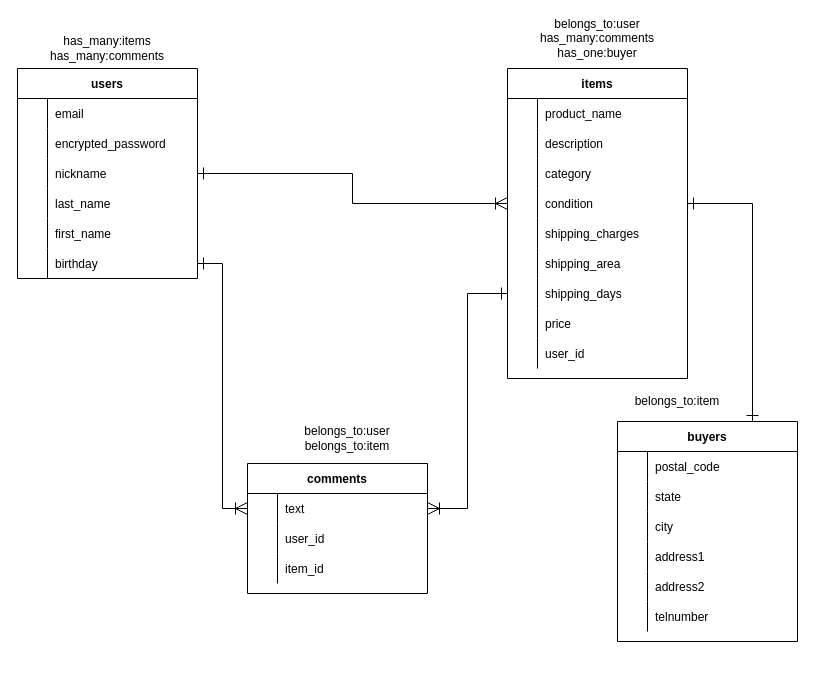
The draw.io diagram ER.dio in szakisip/furima-36336, before the edit. Source tidied: cells renumbered, new cells numbered last; positions are measured from the earlier drawing's top-left corner, leaving out a move shared by most shapes. Both pictures are drawn from the tidied source at 100%, with x=0, y=0 at pixel (17, 18).
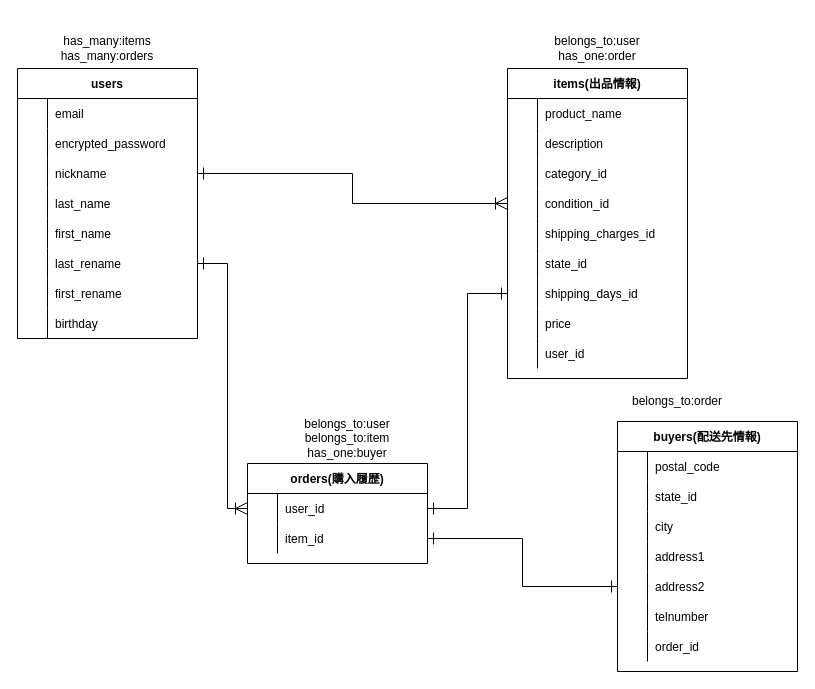
The same diagram, later.

Commit message (it also covers changes not shown here):
データベース設計修正①

Unchanged cells that the change refers to:
```xml
<mxCell id="18" style="shape=partialRectangle;fillColor=none;top=0;left=0;bottom=0;right=0;points=[[0,0.5],[1,0.5]];portConstraint=eastwest;" parent="2" vertex="1">
  <mxGeometry y="180" width="180" height="30" as="geometry" />
</mxCell>
<mxCell id="28" style="shape=partialRectangle;fillColor=none;top=0;left=0;bottom=0;right=0;" parent="21" vertex="1">
  <mxGeometry y="90" width="180" height="30" as="geometry" />
</mxCell>
<mxCell id="31" style="shape=partialRectangle;fillColor=none;top=0;left=0;bottom=0;right=0;points=[[0,0.5],[1,0.5]];portConstraint=eastwest;" parent="21" vertex="1">
  <mxGeometry y="120" width="180" height="30" as="geometry" />
</mxCell>
<mxCell id="34" style="shape=partialRectangle;fillColor=none;top=0;left=0;bottom=0;right=0;" parent="21" vertex="1">
  <mxGeometry y="150" width="180" height="30" as="geometry" />
</mxCell>
<mxCell id="37" style="shape=partialRectangle;fillColor=none;top=0;left=0;bottom=0;right=0;" parent="21" vertex="1">
  <mxGeometry y="180" width="180" height="30" as="geometry" />
</mxCell>
<mxCell id="40" style="shape=partialRectangle;fillColor=none;top=0;left=0;bottom=0;right=0;points=[[0,0.5],[1,0.5]];portConstraint=eastwest;" parent="21" vertex="1">
  <mxGeometry y="210" width="180" height="30" as="geometry" />
</mxCell>
<mxCell id="63" style="shape=partialRectangle;fillColor=none;top=0;left=0;bottom=0;right=0;" parent="59" vertex="1">
  <mxGeometry y="60" width="180" height="30" as="geometry" />
</mxCell>
<mxCell id="72" style="shape=partialRectangle;fillColor=none;top=0;left=0;bottom=0;right=0;points=[[0,0.5],[1,0.5]];portConstraint=eastwest;" parent="59" vertex="1">
  <mxGeometry y="150" width="180" height="30" as="geometry" />
</mxCell>
```

The edit, as a diff of the source:
```diff
@@
     <mxCell id="2" value="users" style="shape=table;startSize=30;childLayout=tableLayout;rowLines=0;fontStyle=1;align=center;" parent="1" vertex="1">
-      <mxGeometry y="50" width="180" height="210" as="geometry" />
+      <mxGeometry y="50" width="180" height="270" as="geometry" />
     </mxCell>
@@
-    <mxCell id="20" value="birthday" style="shape=partialRectangle;fillColor=none;top=0;left=0;bottom=0;right=0;align=left;spacingLeft=6;overflow=hidden;" parent="18" vertex="1">
+    <mxCell id="20" value="last_rename" style="shape=partialRectangle;fillColor=none;top=0;left=0;bottom=0;right=0;align=left;spacingLeft=6;overflow=hidden;" parent="18" vertex="1">
       <mxGeometry x="30" width="150" height="30" as="geometry" />
     </mxCell>
+    <mxCell id="86" style="shape=partialRectangle;fillColor=none;top=0;left=0;bottom=0;right=0;" parent="2" vertex="1">
+      <mxGeometry y="210" width="180" height="30" as="geometry" />
+    </mxCell>
+    <mxCell id="87" style="shape=partialRectangle;fillColor=none;top=0;left=0;bottom=0;right=0;overflow=hidden;" parent="86" vertex="1">
+      <mxGeometry width="30" height="30" as="geometry" />
+    </mxCell>
+    <mxCell id="88" value="first_rename" style="shape=partialRectangle;fillColor=none;top=0;left=0;bottom=0;right=0;align=left;spacingLeft=6;overflow=hidden;" parent="86" vertex="1">
+      <mxGeometry x="30" width="150" height="30" as="geometry" />
+    </mxCell>
+    <mxCell id="89" style="shape=partialRectangle;fillColor=none;top=0;left=0;bottom=0;right=0;" parent="2" vertex="1">
+      <mxGeometry y="240" width="180" height="30" as="geometry" />
+    </mxCell>
+    <mxCell id="90" style="shape=partialRectangle;fillColor=none;top=0;left=0;bottom=0;right=0;overflow=hidden;" parent="89" vertex="1">
+      <mxGeometry width="30" height="30" as="geometry" />
+    </mxCell>
+    <mxCell id="91" value="birthday" style="shape=partialRectangle;fillColor=none;top=0;left=0;bottom=0;right=0;align=left;spacingLeft=6;overflow=hidden;" parent="89" vertex="1">
+      <mxGeometry x="30" width="150" height="30" as="geometry" />
+    </mxCell>
-    <mxCell id="21" value="items" style="shape=table;startSize=30;childLayout=tableLayout;rowLines=0;fontStyle=1;align=center;" parent="1" vertex="1">
+    <mxCell id="21" value="items(出品情報)" style="shape=table;startSize=30;childLayout=tableLayout;rowLines=0;fontStyle=1;align=center;" parent="1" vertex="1">
       <mxGeometry x="490" y="50" width="180" height="310" as="geometry" />
     </mxCell>
@@
-    <mxCell id="30" value="category" style="shape=partialRectangle;fillColor=none;top=0;left=0;bottom=0;right=0;align=left;spacingLeft=6;overflow=hidden;" parent="28" vertex="1">
+    <mxCell id="30" value="category_id" style="shape=partialRectangle;fillColor=none;top=0;left=0;bottom=0;right=0;align=left;spacingLeft=6;overflow=hidden;" parent="28" vertex="1">
       <mxGeometry x="30" width="150" height="30" as="geometry" />
     </mxCell>
@@
-    <mxCell id="33" value="condition" style="shape=partialRectangle;fillColor=none;top=0;left=0;bottom=0;right=0;align=left;spacingLeft=6;overflow=hidden;" parent="31" vertex="1">
+    <mxCell id="33" value="condition_id" style="shape=partialRectangle;fillColor=none;top=0;left=0;bottom=0;right=0;align=left;spacingLeft=6;overflow=hidden;" parent="31" vertex="1">
       <mxGeometry x="30" width="150" height="30" as="geometry" />
     </mxCell>
@@
-    <mxCell id="36" value="shipping_charges" style="shape=partialRectangle;fillColor=none;top=0;left=0;bottom=0;right=0;align=left;spacingLeft=6;overflow=hidden;" parent="34" vertex="1">
+    <mxCell id="36" value="shipping_charges_id" style="shape=partialRectangle;fillColor=none;top=0;left=0;bottom=0;right=0;align=left;spacingLeft=6;overflow=hidden;" parent="34" vertex="1">
       <mxGeometry x="30" width="150" height="30" as="geometry" />
     </mxCell>
@@
-    <mxCell id="39" value="shipping_area" style="shape=partialRectangle;fillColor=none;top=0;left=0;bottom=0;right=0;align=left;spacingLeft=6;overflow=hidden;" parent="37" vertex="1">
+    <mxCell id="39" value="state_id" style="shape=partialRectangle;fillColor=none;top=0;left=0;bottom=0;right=0;align=left;spacingLeft=6;overflow=hidden;" parent="37" vertex="1">
       <mxGeometry x="30" width="150" height="30" as="geometry" />
     </mxCell>
@@
-    <mxCell id="42" value="shipping_days" style="shape=partialRectangle;fillColor=none;top=0;left=0;bottom=0;right=0;align=left;spacingLeft=6;overflow=hidden;" parent="40" vertex="1">
+    <mxCell id="42" value="shipping_days_id" style="shape=partialRectangle;fillColor=none;top=0;left=0;bottom=0;right=0;align=left;spacingLeft=6;overflow=hidden;" parent="40" vertex="1">
       <mxGeometry x="30" width="150" height="30" as="geometry" />
     </mxCell>
@@
-    <mxCell id="49" value="comments" style="shape=table;startSize=30;childLayout=tableLayout;rowLines=0;fontStyle=1;align=center;" parent="1" vertex="1">
-      <mxGeometry x="230" y="445" width="180" height="130" as="geometry" />
+    <mxCell id="49" value="orders(購入履歴)" style="shape=table;startSize=30;childLayout=tableLayout;rowLines=0;fontStyle=1;align=center;" parent="1" vertex="1">
+      <mxGeometry x="230" y="445" width="180" height="100" as="geometry" />
     </mxCell>
-    <mxCell id="50" style="shape=partialRectangle;fillColor=none;top=0;left=0;bottom=0;right=0;points=[[0,0.5],[1,0.5]];portConstraint=eastwest;" parent="49" vertex="1">
-      <mxGeometry y="30" width="180" height="30" as="geometry" />
-    </mxCell>
-    <mxCell id="51" style="shape=partialRectangle;fillColor=none;top=0;left=0;bottom=0;right=0;overflow=hidden;" parent="50" vertex="1">
-      <mxGeometry width="30" height="30" as="geometry" />
-    </mxCell>
-    <mxCell id="52" value="text" style="shape=partialRectangle;fillColor=none;top=0;left=0;bottom=0;right=0;align=left;spacingLeft=6;overflow=hidden;" parent="50" vertex="1">
-      <mxGeometry x="30" width="150" height="30" as="geometry" />
-    </mxCell>
     <mxCell id="53" style="shape=partialRectangle;fillColor=none;top=0;left=0;bottom=0;right=0;" parent="49" vertex="1">
-      <mxGeometry y="60" width="180" height="30" as="geometry" />
+      <mxGeometry y="30" width="180" height="30" as="geometry" />
     </mxCell>
@@
     <mxCell id="56" style="shape=partialRectangle;fillColor=none;top=0;left=0;bottom=0;right=0;points=[[0,0.5],[1,0.5]];portConstraint=eastwest;" parent="49" vertex="1">
-      <mxGeometry y="90" width="180" height="30" as="geometry" />
+      <mxGeometry y="60" width="180" height="30" as="geometry" />
     </mxCell>
@@
-    <mxCell id="59" value="buyers" style="shape=table;startSize=30;childLayout=tableLayout;rowLines=0;fontStyle=1;align=center;" parent="1" vertex="1">
-      <mxGeometry x="600" y="403" width="180" height="220" as="geometry" />
+    <mxCell id="59" value="buyers(配送先情報)" style="shape=table;startSize=30;childLayout=tableLayout;rowLines=0;fontStyle=1;align=center;" parent="1" vertex="1">
+      <mxGeometry x="600" y="403" width="180" height="250" as="geometry" />
     </mxCell>
@@
-    <mxCell id="65" value="state" style="shape=partialRectangle;fillColor=none;top=0;left=0;bottom=0;right=0;align=left;spacingLeft=6;overflow=hidden;" parent="63" vertex="1">
+    <mxCell id="65" value="state_id" style="shape=partialRectangle;fillColor=none;top=0;left=0;bottom=0;right=0;align=left;spacingLeft=6;overflow=hidden;" parent="63" vertex="1">
       <mxGeometry x="30" width="150" height="30" as="geometry" />
     </mxCell>
@@
+    <mxCell id="92" style="shape=partialRectangle;fillColor=none;top=0;left=0;bottom=0;right=0;" parent="59" vertex="1">
+      <mxGeometry y="210" width="180" height="30" as="geometry" />
+    </mxCell>
+    <mxCell id="93" style="shape=partialRectangle;fillColor=none;top=0;left=0;bottom=0;right=0;overflow=hidden;" parent="92" vertex="1">
+      <mxGeometry width="30" height="30" as="geometry" />
+    </mxCell>
+    <mxCell id="94" value="order_id" style="shape=partialRectangle;fillColor=none;top=0;left=0;bottom=0;right=0;align=left;spacingLeft=6;overflow=hidden;" parent="92" vertex="1">
+      <mxGeometry x="30" width="150" height="30" as="geometry" />
+    </mxCell>
-    <mxCell id="78" style="edgeStyle=orthogonalEdgeStyle;rounded=0;jettySize=auto;html=1;exitX=1;exitY=0.5;exitDx=0;exitDy=0;entryX=0;entryY=0.5;entryDx=0;entryDy=0;endArrow=ERoneToMany;endFill=0;startArrow=ERone;startFill=0;endSize=10;startSize=10;" parent="1" edge="1" source="18" target="50">
-      <mxGeometry relative="1" as="geometry" />
+    <mxCell id="78" style="edgeStyle=orthogonalEdgeStyle;rounded=0;jettySize=auto;html=1;exitX=1;exitY=0.5;exitDx=0;exitDy=0;entryX=0;entryY=0.5;entryDx=0;entryDy=0;endArrow=ERoneToMany;endFill=0;startArrow=ERone;startFill=0;endSize=10;startSize=10;" parent="1" edge="1" source="18">
+      <mxGeometry relative="1" as="geometry">
+        <mxPoint x="230" y="490" as="targetPoint" />
+        <Array as="points">
+          <mxPoint x="210" y="245" />
+          <mxPoint x="210" y="490" />
+        </Array>
+      </mxGeometry>
     </mxCell>
-    <mxCell id="79" style="edgeStyle=orthogonalEdgeStyle;rounded=0;jettySize=auto;html=1;entryX=1;entryY=0.5;entryDx=0;entryDy=0;endArrow=ERoneToMany;endFill=0;startArrow=ERone;startFill=0;endSize=10;startSize=10;" parent="1" edge="1" source="40" target="50">
-      <mxGeometry relative="1" as="geometry" />
+    <mxCell id="79" style="edgeStyle=orthogonalEdgeStyle;rounded=0;jettySize=auto;html=1;entryX=1;entryY=0.5;entryDx=0;entryDy=0;endArrow=ERone;endFill=0;startArrow=ERone;startFill=0;endSize=10;startSize=10;" parent="1" edge="1" source="40">
+      <mxGeometry relative="1" as="geometry">
+        <mxPoint x="410" y="490" as="targetPoint" />
+        <Array as="points">
+          <mxPoint x="450" y="275" />
+          <mxPoint x="450" y="490" />
+        </Array>
+      </mxGeometry>
     </mxCell>
@@
-    <mxCell id="81" style="edgeStyle=orthogonalEdgeStyle;rounded=0;jettySize=auto;html=1;exitX=1;exitY=0.5;exitDx=0;exitDy=0;entryX=0.75;entryY=0;entryDx=0;entryDy=0;endArrow=ERone;endFill=0;endSize=10;startSize=10;startArrow=ERone;startFill=0;" parent="1" edge="1" source="31" target="59">
-      <mxGeometry relative="1" as="geometry" />
-    </mxCell>
-    <mxCell id="82" value="has_many:items&lt;br&gt;has_many:comments" style="text;html=1;strokeColor=none;fillColor=none;align=center;verticalAlign=middle;whiteSpace=wrap;rounded=0;" parent="1" vertex="1">
+    <mxCell id="82" value="has_many:items&lt;br&gt;has_many:orders" style="text;html=1;strokeColor=none;fillColor=none;align=center;verticalAlign=middle;whiteSpace=wrap;rounded=0;" parent="1" vertex="1">
       <mxGeometry x="20" y="10" width="140" height="40" as="geometry" />
     </mxCell>
-    <mxCell id="83" value="belongs_to:user&lt;br&gt;has_many:comments&lt;br&gt;has_one:buyer" style="text;html=1;strokeColor=none;fillColor=none;align=center;verticalAlign=middle;whiteSpace=wrap;rounded=0;" parent="1" vertex="1">
-      <mxGeometry x="510" width="140" height="40" as="geometry" />
+    <mxCell id="83" value="belongs_to:user&lt;br&gt;has_one:order" style="text;html=1;strokeColor=none;fillColor=none;align=center;verticalAlign=middle;whiteSpace=wrap;rounded=0;" parent="1" vertex="1">
+      <mxGeometry x="510" y="10" width="140" height="40" as="geometry" />
     </mxCell>
-    <mxCell id="84" value="belongs_to:item" style="text;html=1;strokeColor=none;fillColor=none;align=center;verticalAlign=middle;whiteSpace=wrap;rounded=0;" parent="1" vertex="1">
+    <mxCell id="84" value="belongs_to:order" style="text;html=1;strokeColor=none;fillColor=none;align=center;verticalAlign=middle;whiteSpace=wrap;rounded=0;" parent="1" vertex="1">
       <mxGeometry x="590" y="363" width="140" height="40" as="geometry" />
     </mxCell>
-    <mxCell id="85" value="belongs_to:user&lt;br&gt;belongs_to:item" style="text;html=1;strokeColor=none;fillColor=none;align=center;verticalAlign=middle;whiteSpace=wrap;rounded=0;" parent="1" vertex="1">
+    <mxCell id="85" value="belongs_to:user&lt;br&gt;belongs_to:item&lt;br&gt;has_one:buyer" style="text;html=1;strokeColor=none;fillColor=none;align=center;verticalAlign=middle;whiteSpace=wrap;rounded=0;" parent="1" vertex="1">
       <mxGeometry x="260" y="400" width="140" height="40" as="geometry" />
     </mxCell>
+    <mxCell id="95" style="edgeStyle=orthogonalEdgeStyle;rounded=0;jettySize=auto;html=1;entryX=1;entryY=0.5;entryDx=0;entryDy=0;endArrow=ERone;endFill=0;startArrow=ERone;startFill=0;endSize=10;startSize=10;" parent="1" edge="1" source="72" target="56">
+      <mxGeometry relative="1" as="geometry" />
+    </mxCell>
```
